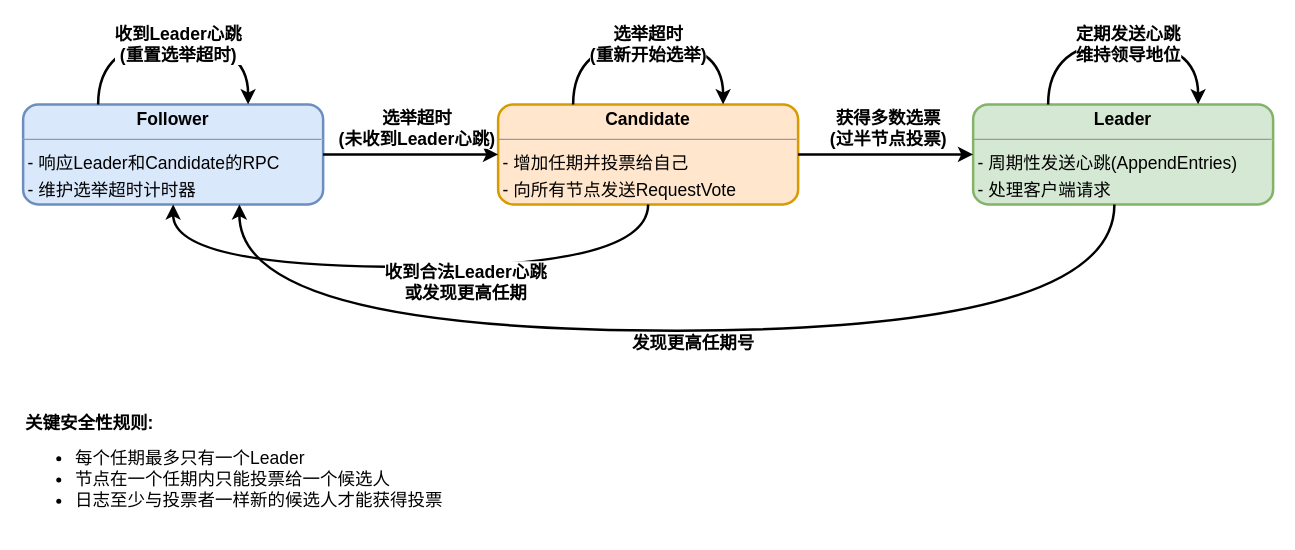
Earlier version of the draw.io diagram projects/raft流程图.drawio (hanzug/draw.io). Source tidied: cells renumbered, new cells numbered last; positions are measured from the earlier drawing's top-left corner, leaving out a move shared by most shapes. Both pictures are drawn from the tidied source at 125%, with x=0, y=0 at pixel (22, 41).
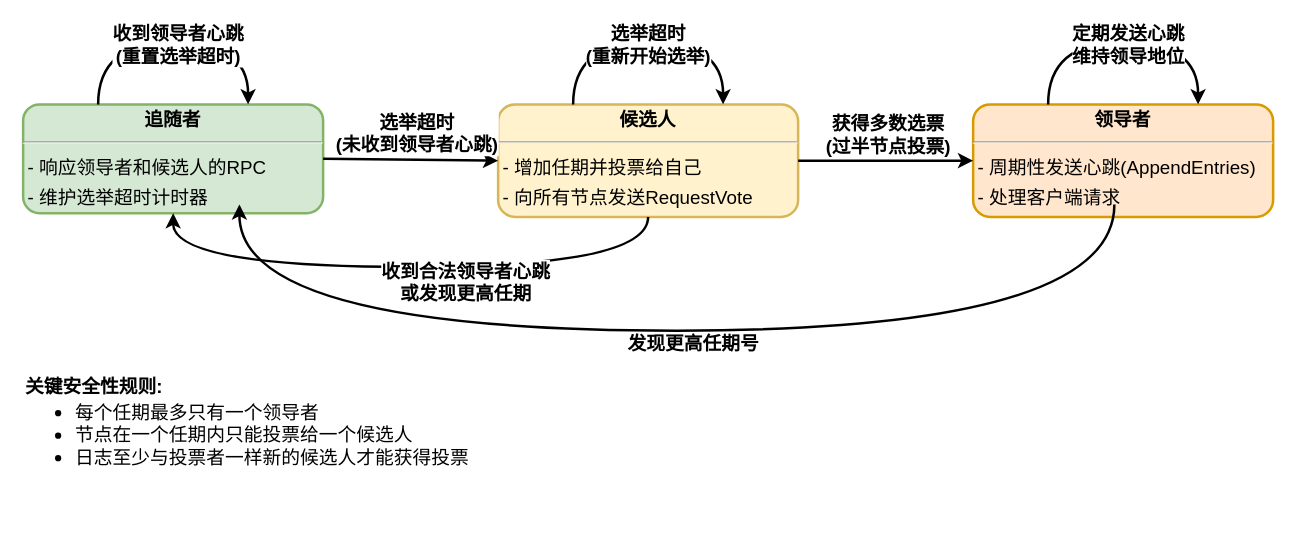
Above is the later version.

Commit message:
更新raft流程图.drawio

What changed in the source:
```diff
@@
-    <mxCell id="2" value="&lt;p style=&quot;margin:0px;margin-top:4px;text-align:center;&quot;&gt;&lt;b&gt;Follower&lt;/b&gt;&lt;/p&gt;&lt;hr size=&quot;1&quot;&gt;&lt;p style=&quot;margin:0 0 0 4px;line-height:1.6;&quot;&gt;- 响应Leader和Candidate的RPC&lt;br&gt;- 维护选举超时计时器&lt;/p&gt;" style="verticalAlign=top;align=left;overflow=fill;fontSize=14;fontFamily=Helvetica;html=1;rounded=1;shadow=0;comic=0;labelBackgroundColor=none;strokeWidth=2;fillColor=#dae8fc;strokeColor=#6c8ebf;" parent="1" vertex="1">
-      <mxGeometry y="50" width="240" height="80" as="geometry" />
+    <mxCell id="2" value="&lt;p style=&quot;margin:0px;margin-top:4px;text-align:center;&quot;&gt;&lt;b&gt;追随者&lt;/b&gt;&lt;/p&gt;&lt;hr&gt;&lt;p style=&quot;margin:0 0 0 4px;line-height:1.6;&quot;&gt;- 响应领导者和候选人的RPC&lt;br&gt;- 维护选举超时计时器&lt;/p&gt;" style="verticalAlign=top;align=left;overflow=fill;fontSize=15;fontFamily=Helvetica;html=1;rounded=1;shadow=0;comic=0;labelBackgroundColor=none;strokeWidth=2;fillColor=#d5e8d4;strokeColor=#82b366;" parent="1" vertex="1">
+      <mxGeometry y="50" width="240" height="87" as="geometry" />
     </mxCell>
-    <mxCell id="3" value="&lt;p style=&quot;margin:0px;margin-top:4px;text-align:center;&quot;&gt;&lt;b&gt;Candidate&lt;/b&gt;&lt;/p&gt;&lt;hr size=&quot;1&quot;&gt;&lt;p style=&quot;margin:0 0 0 4px;line-height:1.6;&quot;&gt;- 增加任期并投票给自己&lt;br&gt;- 向所有节点发送RequestVote&lt;/p&gt;" style="verticalAlign=top;align=left;overflow=fill;fontSize=14;fontFamily=Helvetica;html=1;rounded=1;shadow=0;comic=0;labelBackgroundColor=none;strokeWidth=2;fillColor=#ffe6cc;strokeColor=#d79b00;" parent="1" vertex="1">
-      <mxGeometry x="380" y="50" width="240" height="80" as="geometry" />
+    <mxCell id="3" value="&lt;p style=&quot;margin:0px;margin-top:4px;text-align:center;&quot;&gt;&lt;b&gt;候选人&lt;/b&gt;&lt;/p&gt;&lt;hr&gt;&lt;p style=&quot;margin:0 0 0 4px;line-height:1.6;&quot;&gt;- 增加任期并投票给自己&lt;br&gt;- 向所有节点发送RequestVote&lt;/p&gt;" style="verticalAlign=top;align=left;overflow=fill;fontSize=15;fontFamily=Helvetica;html=1;rounded=1;shadow=0;comic=0;labelBackgroundColor=none;strokeWidth=2;fillColor=#fff2cc;strokeColor=#d6b656;" parent="1" vertex="1">
+      <mxGeometry x="380" y="50" width="240" height="90" as="geometry" />
     </mxCell>
-    <mxCell id="4" value="&lt;p style=&quot;margin:0px;margin-top:4px;text-align:center;&quot;&gt;&lt;b&gt;Leader&lt;/b&gt;&lt;/p&gt;&lt;hr size=&quot;1&quot;&gt;&lt;p style=&quot;margin:0 0 0 4px;line-height:1.6;&quot;&gt;- 周期性发送心跳(AppendEntries)&lt;br&gt;- 处理客户端请求&lt;/p&gt;" style="verticalAlign=top;align=left;overflow=fill;fontSize=14;fontFamily=Helvetica;html=1;rounded=1;shadow=0;comic=0;labelBackgroundColor=none;strokeWidth=2;fillColor=#d5e8d4;strokeColor=#82b366;" parent="1" vertex="1">
-      <mxGeometry x="760" y="50" width="240" height="80" as="geometry" />
+    <mxCell id="4" value="&lt;p style=&quot;margin:0px;margin-top:4px;text-align:center;&quot;&gt;&lt;b&gt;领导者&lt;/b&gt;&lt;/p&gt;&lt;hr&gt;&lt;p style=&quot;margin:0 0 0 4px;line-height:1.6;&quot;&gt;- 周期性发送心跳(AppendEntries)&lt;br&gt;- 处理客户端请求&lt;/p&gt;" style="verticalAlign=top;align=left;overflow=fill;fontSize=15;fontFamily=Helvetica;html=1;rounded=1;shadow=0;comic=0;labelBackgroundColor=none;strokeWidth=2;fillColor=#ffe6cc;strokeColor=#d79b00;" parent="1" vertex="1">
+      <mxGeometry x="760" y="50" width="240" height="90" as="geometry" />
     </mxCell>
-    <mxCell id="5" style="endArrow=classic;html=1;rounded=0;exitX=1;exitY=0.5;exitDx=0;exitDy=0;entryX=0;entryY=0.5;entryDx=0;entryDy=0;strokeWidth=2;" parent="1" edge="1" source="2" target="3">
+    <mxCell id="5" style="endArrow=classic;html=1;rounded=0;exitX=1;exitY=0.5;exitDx=0;exitDy=0;entryX=0;entryY=0.5;entryDx=0;entryDy=0;strokeWidth=2;fontSize=15;" parent="1" edge="1" source="2" target="3">
       <mxGeometry relative="1" as="geometry" />
     </mxCell>
-    <mxCell id="6" value="选举超时&#10;(未收到Leader心跳)" style="edgeLabel;html=1;align=center;verticalAlign=middle;fontSize=14;fontStyle=1;labelBackgroundColor=#FFFFFF;" parent="5" vertex="1">
+    <mxCell id="6" value="选举超时&lt;br&gt;(未收到领导者心跳)" style="edgeLabel;html=1;align=center;verticalAlign=middle;fontSize=15;fontStyle=1;labelBackgroundColor=#FFFFFF;" parent="5" vertex="1">
       <mxGeometry x="-0.02" y="2" relative="1" as="geometry">
         <mxPoint x="5" y="-20" as="offset" />
       </mxGeometry>
     </mxCell>
-    <mxCell id="7" style="endArrow=classic;html=1;rounded=0;exitX=1;exitY=0.5;exitDx=0;exitDy=0;entryX=0;entryY=0.5;entryDx=0;entryDy=0;strokeWidth=2;" parent="1" edge="1" source="3" target="4">
+    <mxCell id="7" style="endArrow=classic;html=1;rounded=0;exitX=1;exitY=0.5;exitDx=0;exitDy=0;entryX=0;entryY=0.5;entryDx=0;entryDy=0;strokeWidth=2;fontSize=15;" parent="1" edge="1" source="3" target="4">
       <mxGeometry relative="1" as="geometry" />
     </mxCell>
-    <mxCell id="8" value="获得多数选票&#10;(过半节点投票)" style="edgeLabel;html=1;align=center;verticalAlign=middle;fontSize=14;fontStyle=1;labelBackgroundColor=#FFFFFF;" parent="7" vertex="1">
+    <mxCell id="8" value="获得多数选票&#10;(过半节点投票)" style="edgeLabel;html=1;align=center;verticalAlign=middle;fontSize=15;fontStyle=1;labelBackgroundColor=#FFFFFF;" parent="7" vertex="1">
       <mxGeometry x="-0.06" y="2" relative="1" as="geometry">
         <mxPoint x="5" y="-20" as="offset" />
       </mxGeometry>
     </mxCell>
-    <mxCell id="9" style="endArrow=classic;html=1;rounded=0;exitX=0.5;exitY=1;exitDx=0;exitDy=0;entryX=0.75;entryY=1;entryDx=0;entryDy=0;strokeWidth=2;edgeStyle=orthogonalEdgeStyle;curved=1;" parent="1" edge="1">
+    <mxCell id="9" style="endArrow=classic;html=1;rounded=0;exitX=0.5;exitY=1;exitDx=0;exitDy=0;entryX=0.75;entryY=1;entryDx=0;entryDy=0;strokeWidth=2;edgeStyle=orthogonalEdgeStyle;curved=1;fontSize=15;" parent="1" edge="1">
       <mxGeometry relative="1" as="geometry">
         <mxPoint x="873" y="130" as="sourcePoint" />
         <mxPoint x="173" y="130" as="targetPoint" />
         <Array as="points">
           <mxPoint x="873" y="231" />
           <mxPoint x="173" y="231" />
         </Array>
       </mxGeometry>
     </mxCell>
-    <mxCell id="10" value="发现更高任期号" style="edgeLabel;html=1;align=center;verticalAlign=middle;fontSize=14;fontStyle=1;labelBackgroundColor=#FFFFFF;" parent="9" vertex="1">
+    <mxCell id="10" value="发现更高任期号" style="edgeLabel;html=1;align=center;verticalAlign=middle;fontSize=15;fontStyle=1;labelBackgroundColor=#FFFFFF;" parent="9" vertex="1">
       <mxGeometry x="0.07" y="-3" relative="1" as="geometry">
         <mxPoint x="44" y="12" as="offset" />
       </mxGeometry>
     </mxCell>
-    <mxCell id="11" style="endArrow=classic;html=1;rounded=0;exitX=0.5;exitY=1;exitDx=0;exitDy=0;entryX=0.5;entryY=1;entryDx=0;entryDy=0;strokeWidth=2;edgeStyle=orthogonalEdgeStyle;curved=1;" parent="1" edge="1" source="3" target="2">
+    <mxCell id="11" style="endArrow=classic;html=1;rounded=0;exitX=0.5;exitY=1;exitDx=0;exitDy=0;entryX=0.5;entryY=1;entryDx=0;entryDy=0;strokeWidth=2;edgeStyle=orthogonalEdgeStyle;curved=1;fontSize=15;" parent="1" edge="1" source="3" target="2">
       <mxGeometry relative="1" as="geometry">
         <Array as="points">
           <mxPoint x="500" y="180" />
           <mxPoint x="120" y="180" />
         </Array>
       </mxGeometry>
     </mxCell>
-    <mxCell id="12" value="收到合法Leader心跳&#10;或发现更高任期" style="edgeLabel;html=1;align=center;verticalAlign=middle;fontSize=14;fontStyle=1;labelBackgroundColor=#FFFFFF;" parent="11" vertex="1">
+    <mxCell id="12" value="收到合法领导者心跳&lt;br&gt;或发现更高任期" style="edgeLabel;html=1;align=center;verticalAlign=middle;fontSize=15;fontStyle=1;labelBackgroundColor=#FFFFFF;" parent="11" vertex="1">
       <mxGeometry x="0.12" y="-1" relative="1" as="geometry">
         <mxPoint x="72" y="12" as="offset" />
       </mxGeometry>
     </mxCell>
-    <mxCell id="13" style="endArrow=classic;html=1;rounded=0;exitX=0.25;exitY=0;exitDx=0;exitDy=0;entryX=0.75;entryY=0;entryDx=0;entryDy=0;strokeWidth=2;edgeStyle=orthogonalEdgeStyle;curved=1;" parent="1" edge="1" source="3" target="3">
+    <mxCell id="13" style="endArrow=classic;html=1;rounded=0;exitX=0.25;exitY=0;exitDx=0;exitDy=0;entryX=0.75;entryY=0;entryDx=0;entryDy=0;strokeWidth=2;edgeStyle=orthogonalEdgeStyle;curved=1;fontSize=15;" parent="1" edge="1" source="3" target="3">
       <mxGeometry relative="1" as="geometry">
         <Array as="points">
           <mxPoint x="440" />
           <mxPoint x="560" />
         </Array>
       </mxGeometry>
     </mxCell>
-    <mxCell id="14" value="选举超时&#10;(重新开始选举)" style="edgeLabel;html=1;align=center;verticalAlign=middle;fontSize=14;fontStyle=1;labelBackgroundColor=#FFFFFF;" parent="13" vertex="1">
+    <mxCell id="14" value="选举超时&#10;(重新开始选举)" style="edgeLabel;html=1;align=center;verticalAlign=middle;fontSize=15;fontStyle=1;labelBackgroundColor=#FFFFFF;" parent="13" vertex="1">
       <mxGeometry x="-0.01" y="-1" relative="1" as="geometry" />
     </mxCell>
-    <mxCell id="15" style="endArrow=classic;html=1;rounded=0;exitX=0.25;exitY=0;exitDx=0;exitDy=0;entryX=0.75;entryY=0;entryDx=0;entryDy=0;strokeWidth=2;edgeStyle=orthogonalEdgeStyle;curved=1;" parent="1" edge="1" source="2" target="2">
+    <mxCell id="15" style="endArrow=classic;html=1;rounded=0;exitX=0.25;exitY=0;exitDx=0;exitDy=0;entryX=0.75;entryY=0;entryDx=0;entryDy=0;strokeWidth=2;edgeStyle=orthogonalEdgeStyle;curved=1;fontSize=15;" parent="1" edge="1" source="2" target="2">
       <mxGeometry relative="1" as="geometry">
         <Array as="points">
           <mxPoint x="60" />
           <mxPoint x="180" />
         </Array>
       </mxGeometry>
     </mxCell>
-    <mxCell id="16" value="收到Leader心跳&#10;(重置选举超时)" style="edgeLabel;html=1;align=center;verticalAlign=middle;fontSize=14;fontStyle=1;labelBackgroundColor=#FFFFFF;" parent="15" vertex="1">
+    <mxCell id="16" value="收到领导者心跳&lt;br&gt;(重置选举超时)" style="edgeLabel;html=1;align=center;verticalAlign=middle;fontSize=15;fontStyle=1;labelBackgroundColor=#FFFFFF;" parent="15" vertex="1">
       <mxGeometry x="0.03" y="-1" relative="1" as="geometry" />
     </mxCell>
-    <mxCell id="17" value="&lt;ul&gt;&lt;li&gt;每个任期最多只有一个Leader&lt;/li&gt;&lt;li&gt;节点在一个任期内只能投票给一个候选人&lt;/li&gt;&lt;li&gt;日志至少与投票者一样新的候选人才能获得投票&lt;/li&gt;&lt;/ul&gt;" style="text;html=1;strokeColor=none;fillColor=none;align=left;verticalAlign=middle;whiteSpace=wrap;rounded=0;fontSize=14;" parent="1" vertex="1">
-      <mxGeometry y="320" width="800" height="60" as="geometry" />
+    <mxCell id="17" value="&lt;ul&gt;&lt;li&gt;每个任期最多只有一个领导者&lt;/li&gt;&lt;li&gt;节点在一个任期内只能投票给一个候选人&lt;/li&gt;&lt;li&gt;日志至少与投票者一样新的候选人才能获得投票&lt;/li&gt;&lt;/ul&gt;" style="text;html=1;strokeColor=none;fillColor=none;align=left;verticalAlign=middle;whiteSpace=wrap;rounded=0;fontSize=15;" parent="1" vertex="1">
+      <mxGeometry y="284" width="800" height="60" as="geometry" />
     </mxCell>
-    <mxCell id="18" value="&lt;b&gt;关键安全性规则:&lt;/b&gt;" style="text;html=1;strokeColor=none;fillColor=none;align=left;verticalAlign=middle;whiteSpace=wrap;rounded=0;fontSize=14;" parent="1" vertex="1">
-      <mxGeometry y="290" width="200" height="30" as="geometry" />
+    <mxCell id="18" value="&lt;b&gt;关键安全性规则:&lt;/b&gt;" style="text;html=1;strokeColor=none;fillColor=none;align=left;verticalAlign=middle;whiteSpace=wrap;rounded=0;fontSize=15;" parent="1" vertex="1">
+      <mxGeometry y="260" width="200" height="30" as="geometry" />
     </mxCell>
-    <mxCell id="19" style="endArrow=classic;html=1;rounded=0;exitX=0.25;exitY=0;exitDx=0;exitDy=0;entryX=0.75;entryY=0;entryDx=0;entryDy=0;strokeWidth=2;edgeStyle=orthogonalEdgeStyle;curved=1;" parent="1" edge="1" source="4" target="4">
+    <mxCell id="19" style="endArrow=classic;html=1;rounded=0;exitX=0.25;exitY=0;exitDx=0;exitDy=0;entryX=0.75;entryY=0;entryDx=0;entryDy=0;strokeWidth=2;edgeStyle=orthogonalEdgeStyle;curved=1;fontSize=15;" parent="1" edge="1" source="4" target="4">
       <mxGeometry relative="1" as="geometry">
         <Array as="points">
           <mxPoint x="820" />
           <mxPoint x="940" />
         </Array>
       </mxGeometry>
     </mxCell>
-    <mxCell id="20" value="定期发送心跳&#10;维持领导地位" style="edgeLabel;html=1;align=center;verticalAlign=middle;fontSize=14;fontStyle=1;labelBackgroundColor=#FFFFFF;" parent="19" vertex="1">
+    <mxCell id="20" value="定期发送心跳&#10;维持领导地位" style="edgeLabel;html=1;align=center;verticalAlign=middle;fontSize=15;fontStyle=1;labelBackgroundColor=#FFFFFF;" parent="19" vertex="1">
       <mxGeometry x="0.03" y="-1" relative="1" as="geometry" />
     </mxCell>
```
